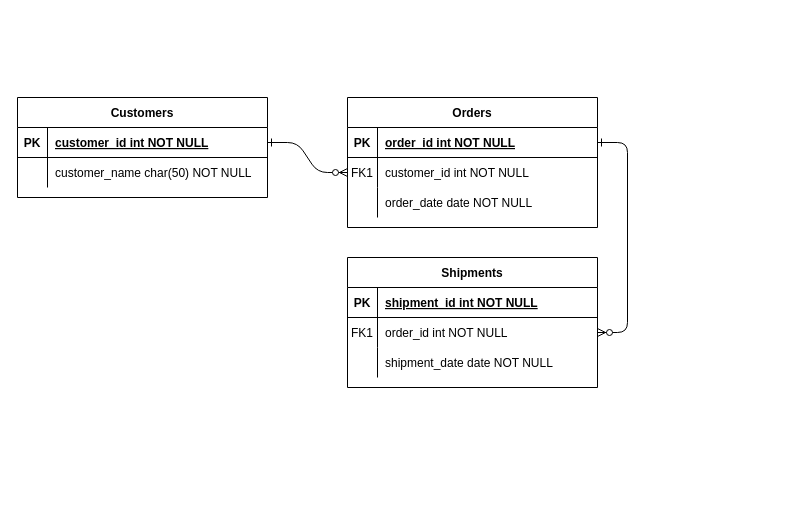
Before: Untitled Diagram.drawio in luismzk/commission-website, a draw.io diagram. Source tidied: cells renumbered, new cells numbered last; positions are measured from the earlier drawing's top-left corner, leaving out a move shared by most shapes. Both pictures are drawn from the tidied source at 100%, with x=0, y=0 at pixel (17, 97).
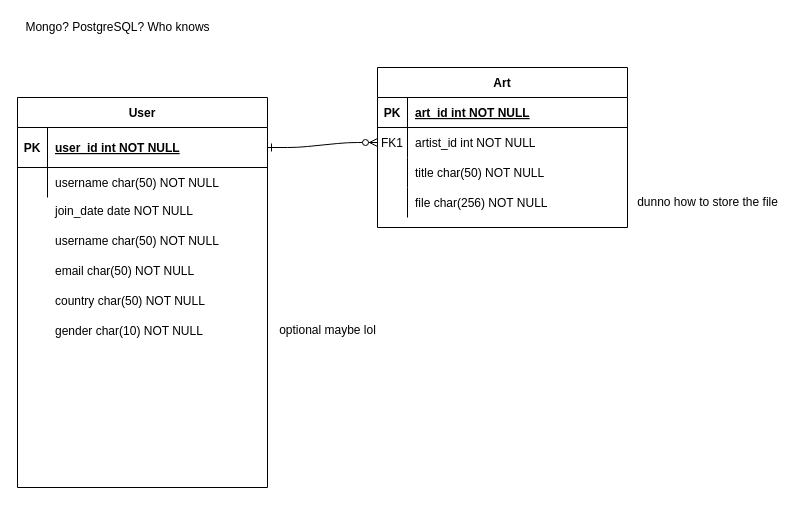
Above is the later version.

The change refers to these unchanged cells:
```xml
<mxCell id="5" style="shape=partialRectangle;fillColor=none;points=[[0,0.5],[1,0.5]];portConstraint=eastwest;top=0;left=0;right=0;bottom=1;" parent="4" vertex="1">
  <mxGeometry y="30" width="250" height="30" as="geometry" />
</mxCell>
<mxCell id="8" style="shape=partialRectangle;fillColor=none;points=[[0,0.5],[1,0.5]];portConstraint=eastwest;top=0;left=0;right=0;bottom=0;" parent="4" vertex="1">
  <mxGeometry y="60" width="250" height="30" as="geometry" />
</mxCell>
<mxCell id="11" style="shape=partialRectangle;fillColor=none;top=0;left=0;right=0;bottom=0;" parent="4" vertex="1">
  <mxGeometry y="90" width="250" height="30" as="geometry" />
</mxCell>
```

Change to the diagram source:
```diff
@@
-    <mxCell id="2" style="edgeStyle=entityRelationEdgeStyle;endArrow=ERzeroToMany;startArrow=ERone;endFill=1;startFill=0;" parent="1" edge="1" source="25" target="8">
+    <mxCell id="2" style="edgeStyle=entityRelationEdgeStyle;endArrow=ERzeroToMany;startArrow=ERone;endFill=1;startFill=0;entryX=0;entryY=0.5;entryDx=0;entryDy=0;exitX=1;exitY=0.5;exitDx=0;exitDy=0;" parent="1" edge="1" source="25" target="8">
       <mxGeometry relative="1" as="geometry" />
     </mxCell>
-    <mxCell id="3" style="edgeStyle=entityRelationEdgeStyle;endArrow=ERzeroToMany;startArrow=ERone;endFill=1;startFill=0;" parent="1" edge="1" source="5" target="18">
-      <mxGeometry relative="1" as="geometry" />
-    </mxCell>
-    <mxCell id="4" value="Orders" style="shape=table;startSize=30;childLayout=tableLayout;rowLines=0;fontStyle=1;align=center;" parent="1" vertex="1">
-      <mxGeometry x="330" width="250" height="130" as="geometry" />
+    <mxCell id="4" value="Art" style="shape=table;startSize=30;childLayout=tableLayout;rowLines=0;fontStyle=1;align=center;" parent="1" vertex="1">
+      <mxGeometry x="360" y="-30" width="250" height="160" as="geometry" />
     </mxCell>
@@
-    <mxCell id="7" value="order_id int NOT NULL " style="shape=partialRectangle;overflow=hidden;fillColor=none;top=0;left=0;bottom=0;right=0;align=left;spacingLeft=6;fontStyle=5;" parent="5" vertex="1">
+    <mxCell id="7" value="art_id int NOT NULL " style="shape=partialRectangle;overflow=hidden;fillColor=none;top=0;left=0;bottom=0;right=0;align=left;spacingLeft=6;fontStyle=5;" parent="5" vertex="1">
       <mxGeometry x="30" width="220" height="30" as="geometry" />
     </mxCell>
@@
-    <mxCell id="10" value="customer_id int NOT NULL" style="shape=partialRectangle;overflow=hidden;fillColor=none;top=0;left=0;bottom=0;right=0;align=left;spacingLeft=6;" parent="8" vertex="1">
+    <mxCell id="10" value="artist_id int NOT NULL" style="shape=partialRectangle;overflow=hidden;fillColor=none;top=0;left=0;bottom=0;right=0;align=left;spacingLeft=6;" parent="8" vertex="1">
       <mxGeometry x="30" width="220" height="30" as="geometry" />
     </mxCell>
@@
-    <mxCell id="13" value="order_date date NOT NULL" style="shape=partialRectangle;overflow=hidden;fillColor=none;top=0;left=0;bottom=0;right=0;align=left;spacingLeft=6;" parent="11" vertex="1">
+    <mxCell id="13" style="shape=partialRectangle;overflow=hidden;fillColor=none;top=0;left=0;bottom=0;right=0;align=left;spacingLeft=6;" parent="11" vertex="1">
       <mxGeometry x="30" width="220" height="30" as="geometry" />
     </mxCell>
-    <mxCell id="14" value="Shipments" style="shape=table;startSize=30;childLayout=tableLayout;rowLines=0;fontStyle=1;align=center;" parent="1" vertex="1">
-      <mxGeometry x="330" y="160" width="250" height="130" as="geometry" />
-    </mxCell>
-    <mxCell id="15" style="shape=partialRectangle;fillColor=none;top=0;left=0;right=0;bottom=1;" parent="14" vertex="1">
-      <mxGeometry y="30" width="250" height="30" as="geometry" />
-    </mxCell>
-    <mxCell id="16" value="PK" style="shape=partialRectangle;overflow=hidden;fillColor=none;top=0;left=0;bottom=0;right=0;fontStyle=1;" parent="15" vertex="1">
-      <mxGeometry width="30" height="30" as="geometry" />
-    </mxCell>
-    <mxCell id="17" value="shipment_id int NOT NULL " style="shape=partialRectangle;overflow=hidden;fillColor=none;top=0;left=0;bottom=0;right=0;align=left;spacingLeft=6;fontStyle=5;" parent="15" vertex="1">
-      <mxGeometry x="30" width="220" height="30" as="geometry" />
-    </mxCell>
-    <mxCell id="18" style="shape=partialRectangle;fillColor=none;points=[[0,0.5],[1,0.5]];portConstraint=eastwest;top=0;left=0;right=0;bottom=0;" parent="14" vertex="1">
-      <mxGeometry y="60" width="250" height="30" as="geometry" />
-    </mxCell>
-    <mxCell id="19" value="FK1" style="shape=partialRectangle;overflow=hidden;fillColor=none;top=0;left=0;bottom=0;right=0;" parent="18" vertex="1">
-      <mxGeometry width="30" height="30" as="geometry" />
-    </mxCell>
-    <mxCell id="20" value="order_id int NOT NULL" style="shape=partialRectangle;overflow=hidden;fillColor=none;top=0;left=0;bottom=0;right=0;align=left;spacingLeft=6;" parent="18" vertex="1">
-      <mxGeometry x="30" width="220" height="30" as="geometry" />
-    </mxCell>
-    <mxCell id="21" style="shape=partialRectangle;fillColor=none;top=0;left=0;right=0;bottom=0;" parent="14" vertex="1">
-      <mxGeometry y="90" width="250" height="30" as="geometry" />
-    </mxCell>
+    <mxCell id="31" style="shape=partialRectangle;fillColor=none;top=0;left=0;right=0;bottom=0;" parent="4" vertex="1">
+      <mxGeometry y="120" width="250" height="30" as="geometry" />
+    </mxCell>
-    <mxCell id="22" style="shape=partialRectangle;overflow=hidden;fillColor=none;top=0;left=0;bottom=0;right=0;" parent="21" vertex="1">
+    <mxCell id="22" style="shape=partialRectangle;overflow=hidden;fillColor=none;top=0;left=0;bottom=0;right=0;" parent="31" vertex="1">
       <mxGeometry width="30" height="30" as="geometry" />
     </mxCell>
-    <mxCell id="23" value="shipment_date date NOT NULL" style="shape=partialRectangle;overflow=hidden;fillColor=none;top=0;left=0;bottom=0;right=0;align=left;spacingLeft=6;" parent="21" vertex="1">
-      <mxGeometry x="30" width="220" height="30" as="geometry" />
-    </mxCell>
+    <mxCell id="32" style="shape=partialRectangle;overflow=hidden;fillColor=none;top=0;left=0;bottom=0;right=0;align=left;spacingLeft=6;" parent="31" vertex="1">
+      <mxGeometry x="30" width="220" height="30" as="geometry" />
+    </mxCell>
-    <mxCell id="24" value="Customers" style="shape=table;startSize=30;childLayout=tableLayout;rowLines=0;fontStyle=1;align=center;" parent="1" vertex="1">
-      <mxGeometry width="250" height="100" as="geometry" />
+    <mxCell id="24" value="User" style="shape=table;startSize=30;childLayout=tableLayout;rowLines=0;fontStyle=1;align=center;" parent="1" vertex="1">
+      <mxGeometry width="250" height="390" as="geometry" />
     </mxCell>
     <mxCell id="25" style="shape=partialRectangle;fillColor=none;points=[[0,0.5],[1,0.5]];portConstraint=eastwest;top=0;left=0;right=0;bottom=1;" parent="24" vertex="1">
-      <mxGeometry y="30" width="250" height="30" as="geometry" />
+      <mxGeometry y="30" width="250" height="40" as="geometry" />
     </mxCell>
     <mxCell id="26" value="PK" style="shape=partialRectangle;overflow=hidden;fillColor=none;top=0;left=0;bottom=0;right=0;fontStyle=1;" parent="25" vertex="1">
-      <mxGeometry width="30" height="30" as="geometry" />
+      <mxGeometry width="30" height="40" as="geometry" />
     </mxCell>
-    <mxCell id="27" value="customer_id int NOT NULL " style="shape=partialRectangle;overflow=hidden;fillColor=none;top=0;left=0;bottom=0;right=0;align=left;spacingLeft=6;fontStyle=5;" parent="25" vertex="1">
-      <mxGeometry x="30" width="220" height="30" as="geometry" />
+    <mxCell id="27" value="user_id int NOT NULL " style="shape=partialRectangle;overflow=hidden;fillColor=none;top=0;left=0;bottom=0;right=0;align=left;spacingLeft=6;fontStyle=5;" parent="25" vertex="1">
+      <mxGeometry x="30" width="220" height="40" as="geometry" />
     </mxCell>
     <mxCell id="28" style="shape=partialRectangle;fillColor=none;top=0;left=0;right=0;bottom=0;" parent="24" vertex="1">
-      <mxGeometry y="60" width="250" height="30" as="geometry" />
+      <mxGeometry y="70" width="250" height="30" as="geometry" />
     </mxCell>
@@
-    <mxCell id="30" value="customer_name char(50) NOT NULL" style="shape=partialRectangle;overflow=hidden;fillColor=none;top=0;left=0;bottom=0;right=0;align=left;spacingLeft=6;" parent="28" vertex="1">
+    <mxCell id="30" value="username char(50) NOT NULL" style="shape=partialRectangle;overflow=hidden;fillColor=none;top=0;left=0;bottom=0;right=0;align=left;spacingLeft=6;" parent="28" vertex="1">
       <mxGeometry x="30" width="220" height="30" as="geometry" />
     </mxCell>
+    <mxCell id="33" value="Mongo? PostgreSQL? Who knows" style="text;html=1;align=center;verticalAlign=middle;" parent="1" vertex="1">
+      <mxGeometry y="-80" width="200" height="20" as="geometry" />
+    </mxCell>
+    <mxCell id="34" value="join_date date NOT NULL" style="shape=partialRectangle;overflow=hidden;fillColor=none;top=0;left=0;bottom=0;right=0;align=left;spacingLeft=6;" parent="1" vertex="1">
+      <mxGeometry x="30" y="98" width="220" height="30" as="geometry" />
+    </mxCell>
+    <mxCell id="35" value="username char(50) NOT NULL" style="shape=partialRectangle;overflow=hidden;fillColor=none;top=0;left=0;bottom=0;right=0;align=left;spacingLeft=6;" parent="1" vertex="1">
+      <mxGeometry x="30" y="128" width="220" height="30" as="geometry" />
+    </mxCell>
+    <mxCell id="36" value="email char(50) NOT NULL" style="shape=partialRectangle;overflow=hidden;fillColor=none;top=0;left=0;bottom=0;right=0;align=left;spacingLeft=6;" parent="1" vertex="1">
+      <mxGeometry x="30" y="158" width="220" height="30" as="geometry" />
+    </mxCell>
+    <mxCell id="37" value="country char(50) NOT NULL" style="shape=partialRectangle;overflow=hidden;fillColor=none;top=0;left=0;bottom=0;right=0;align=left;spacingLeft=6;" parent="1" vertex="1">
+      <mxGeometry x="30" y="188" width="220" height="30" as="geometry" />
+    </mxCell>
+    <mxCell id="38" value="gender char(10) NOT NULL" style="shape=partialRectangle;overflow=hidden;fillColor=none;top=0;left=0;bottom=0;right=0;align=left;spacingLeft=6;" parent="1" vertex="1">
+      <mxGeometry x="30" y="218" width="220" height="30" as="geometry" />
+    </mxCell>
+    <mxCell id="39" value="optional maybe lol" style="text;html=1;align=center;verticalAlign=middle;" parent="1" vertex="1">
+      <mxGeometry x="250" y="223" width="120" height="20" as="geometry" />
+    </mxCell>
+    <mxCell id="40" value="title char(50) NOT NULL" style="shape=partialRectangle;overflow=hidden;fillColor=none;top=0;left=0;bottom=0;right=0;align=left;spacingLeft=6;" parent="1" vertex="1">
+      <mxGeometry x="390" y="60" width="220" height="30" as="geometry" />
+    </mxCell>
+    <mxCell id="41" value="file char(256) NOT NULL" style="shape=partialRectangle;overflow=hidden;fillColor=none;top=0;left=0;bottom=0;right=0;align=left;spacingLeft=6;" parent="1" vertex="1">
+      <mxGeometry x="390" y="90" width="220" height="30" as="geometry" />
+    </mxCell>
+    <mxCell id="42" value="dunno how to store the file" style="text;html=1;align=center;verticalAlign=middle;" parent="1" vertex="1">
+      <mxGeometry x="610" y="95" width="160" height="20" as="geometry" />
+    </mxCell>
```
